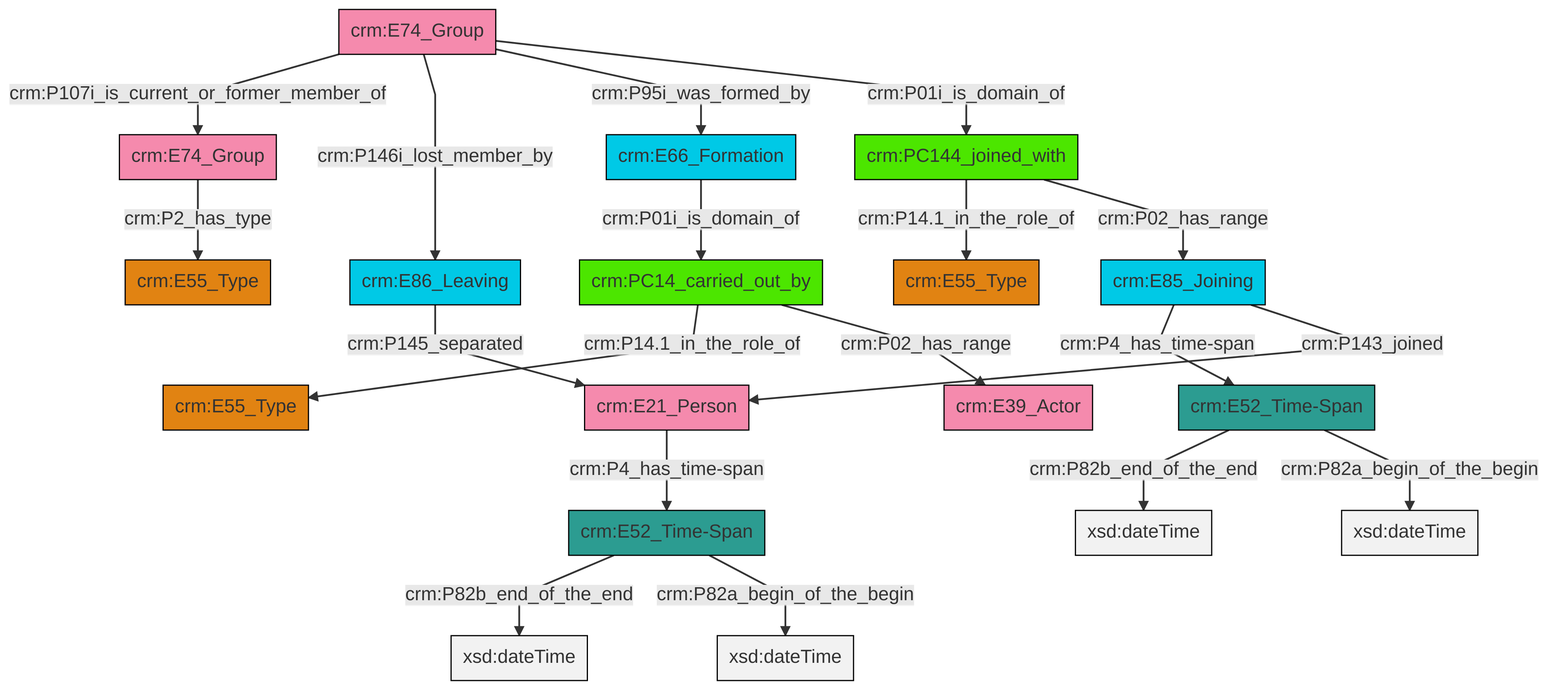
This is et/groupCSV/ttl/mmd/png/group_actor_relations.png from swiss-art-research-net/reference-data-models, a Mermaid export, as it was before one commit. Its source is kept beside it as et/groupCSV/ttl/mmd/group_actor_relations.ttl.mmd.
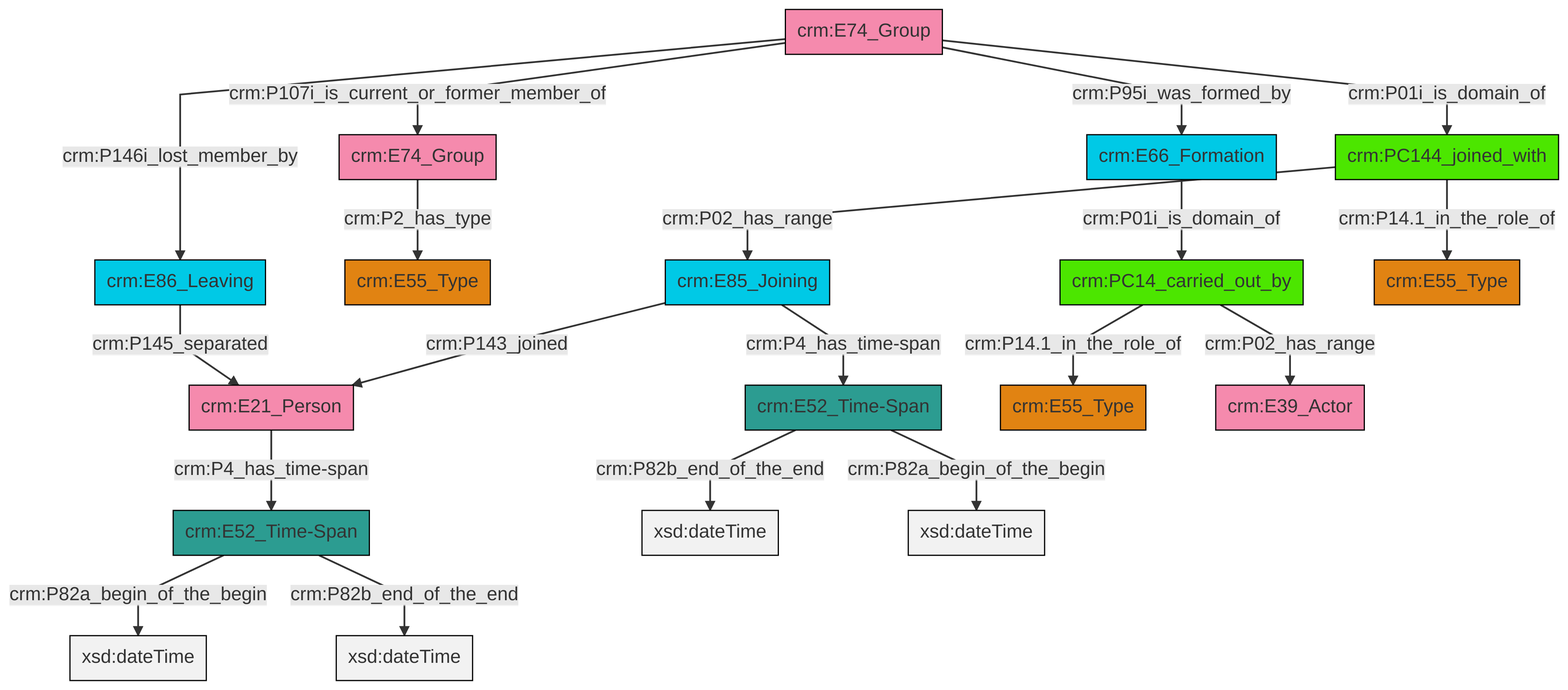
Later version of the same file.

Diff of the diagram source:
```diff
@@ -13,21 +13,21 @@
 classDef PC_Classes fill:#4ce600, stroke:#000000;
 classDef Multi fill:#cccccc,stroke:#000000;
 
-2["crm:E52_Time-Span"]:::Time-Span -->|crm:P82b_end_of_the_end| 3[xsd:dateTime]:::Literal
-4["crm:E74_Group"]:::Actor -->|crm:P107i_is_current_or_former_member_of| 5["crm:E74_Group"]:::Actor
-8["crm:PC14_carried_out_by"]:::PC_Classes -->|crm:P14.1_in_the_role_of| 9["crm:E55_Type"]:::Type
-4["crm:E74_Group"]:::Actor -->|crm:P146i_lost_member_by| 12["crm:E86_Leaving"]:::Temporal_Entity
-13["crm:PC144_joined_with"]:::PC_Classes -->|crm:P14.1_in_the_role_of| 0["crm:E55_Type"]:::Type
-14["crm:E21_Person"]:::Actor -->|crm:P4_has_time-span| 10["crm:E52_Time-Span"]:::Time-Span
-10["crm:E52_Time-Span"]:::Time-Span -->|crm:P82b_end_of_the_end| 16[xsd:dateTime]:::Literal
-4["crm:E74_Group"]:::Actor -->|crm:P95i_was_formed_by| 17["crm:E66_Formation"]:::Temporal_Entity
-17["crm:E66_Formation"]:::Temporal_Entity -->|crm:P01i_is_domain_of| 8["crm:PC14_carried_out_by"]:::PC_Classes
-5["crm:E74_Group"]:::Actor -->|crm:P2_has_type| 6["crm:E55_Type"]:::Type
-4["crm:E74_Group"]:::Actor -->|crm:P01i_is_domain_of| 13["crm:PC144_joined_with"]:::PC_Classes
-10["crm:E52_Time-Span"]:::Time-Span -->|crm:P82a_begin_of_the_begin| 28[xsd:dateTime]:::Literal
-2["crm:E52_Time-Span"]:::Time-Span -->|crm:P82a_begin_of_the_begin| 30[xsd:dateTime]:::Literal
-8["crm:PC14_carried_out_by"]:::PC_Classes -->|crm:P02_has_range| 21["crm:E39_Actor"]:::Actor
-26["crm:E85_Joining"]:::Temporal_Entity -->|crm:P4_has_time-span| 2["crm:E52_Time-Span"]:::Time-Span
-26["crm:E85_Joining"]:::Temporal_Entity -->|crm:P143_joined| 14["crm:E21_Person"]:::Actor
-12["crm:E86_Leaving"]:::Temporal_Entity -->|crm:P145_separated| 14["crm:E21_Person"]:::Actor
-13["crm:PC144_joined_with"]:::PC_Classes -->|crm:P02_has_range| 26["crm:E85_Joining"]:::Temporal_Entity
+0["crm:E52_Time-Span"]:::Time-Span -->|crm:P82a_begin_of_the_begin| 1[xsd:dateTime]:::Literal
+2["crm:E21_Person"]:::Actor -->|crm:P4_has_time-span| 0["crm:E52_Time-Span"]:::Time-Span
+3["crm:E52_Time-Span"]:::Time-Span -->|crm:P82b_end_of_the_end| 4[xsd:dateTime]:::Literal
+7["crm:E74_Group"]:::Actor -->|crm:P2_has_type| 8["crm:E55_Type"]:::Type
+9["crm:E85_Joining"]:::Temporal_Entity -->|crm:P4_has_time-span| 3["crm:E52_Time-Span"]:::Time-Span
+10["crm:PC14_carried_out_by"]:::PC_Classes -->|crm:P14.1_in_the_role_of| 11["crm:E55_Type"]:::Type
+12["crm:E74_Group"]:::Actor -->|crm:P01i_is_domain_of| 13["crm:PC144_joined_with"]:::PC_Classes
+0["crm:E52_Time-Span"]:::Time-Span -->|crm:P82b_end_of_the_end| 15[xsd:dateTime]:::Literal
+13["crm:PC144_joined_with"]:::PC_Classes -->|crm:P14.1_in_the_role_of| 17["crm:E55_Type"]:::Type
+9["crm:E85_Joining"]:::Temporal_Entity -->|crm:P143_joined| 2["crm:E21_Person"]:::Actor
+20["crm:E66_Formation"]:::Temporal_Entity -->|crm:P01i_is_domain_of| 10["crm:PC14_carried_out_by"]:::PC_Classes
+5["crm:E86_Leaving"]:::Temporal_Entity -->|crm:P145_separated| 2["crm:E21_Person"]:::Actor
+13["crm:PC144_joined_with"]:::PC_Classes -->|crm:P02_has_range| 9["crm:E85_Joining"]:::Temporal_Entity
+10["crm:PC14_carried_out_by"]:::PC_Classes -->|crm:P02_has_range| 23["crm:E39_Actor"]:::Actor
+3["crm:E52_Time-Span"]:::Time-Span -->|crm:P82a_begin_of_the_begin| 26[xsd:dateTime]:::Literal
+12["crm:E74_Group"]:::Actor -->|crm:P95i_was_formed_by| 20["crm:E66_Formation"]:::Temporal_Entity
+12["crm:E74_Group"]:::Actor -->|crm:P107i_is_current_or_former_member_of| 7["crm:E74_Group"]:::Actor
+12["crm:E74_Group"]:::Actor -->|crm:P146i_lost_member_by| 5["crm:E86_Leaving"]:::Temporal_Entity
```
